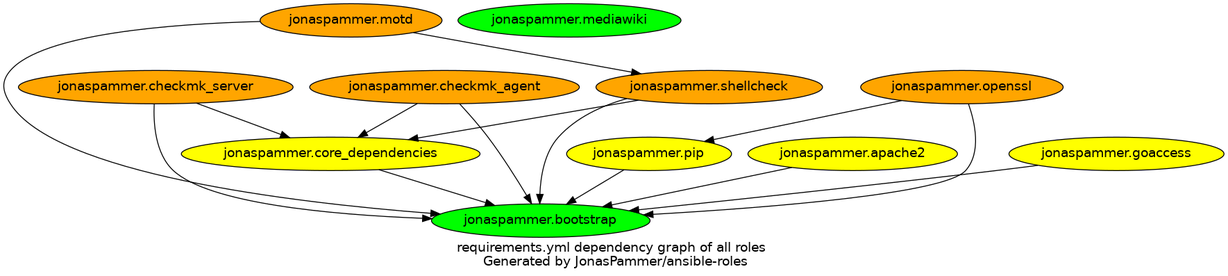
JonasPammer/ansible-roles keeps this Graphviz diagram as graphs/dependencies_ALL.png. Above is the earlier version. Its source is kept beside it as graphs/dependencies_ALL.dot.
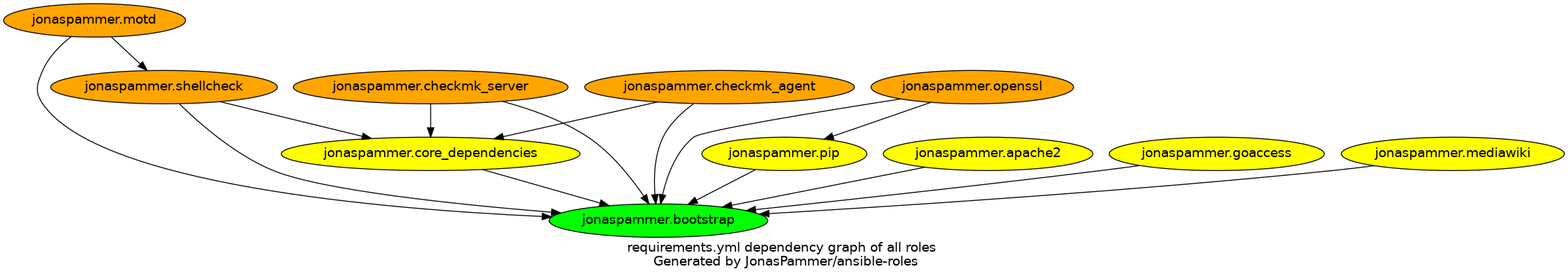
After the change.

What changed in the source:
```diff
@@ -12,7 +12,7 @@
     "jonaspammer.apache2" [fillcolor=yellow style=filled]
     "jonaspammer.openssl" [fillcolor=orange style=filled]
     "jonaspammer.goaccess" [fillcolor=yellow style=filled]
-    "jonaspammer.mediawiki" [fillcolor=green style=filled]
+    "jonaspammer.mediawiki" [fillcolor=yellow style=filled]
   }
 
 
@@ -25,4 +25,5 @@
   "jonaspammer.apache2" -> {"jonaspammer.bootstrap"}
   "jonaspammer.openssl" -> {"jonaspammer.pip" "jonaspammer.bootstrap"}
   "jonaspammer.goaccess" -> {"jonaspammer.bootstrap"}
+  "jonaspammer.mediawiki" -> {"jonaspammer.bootstrap"}
 }
```
